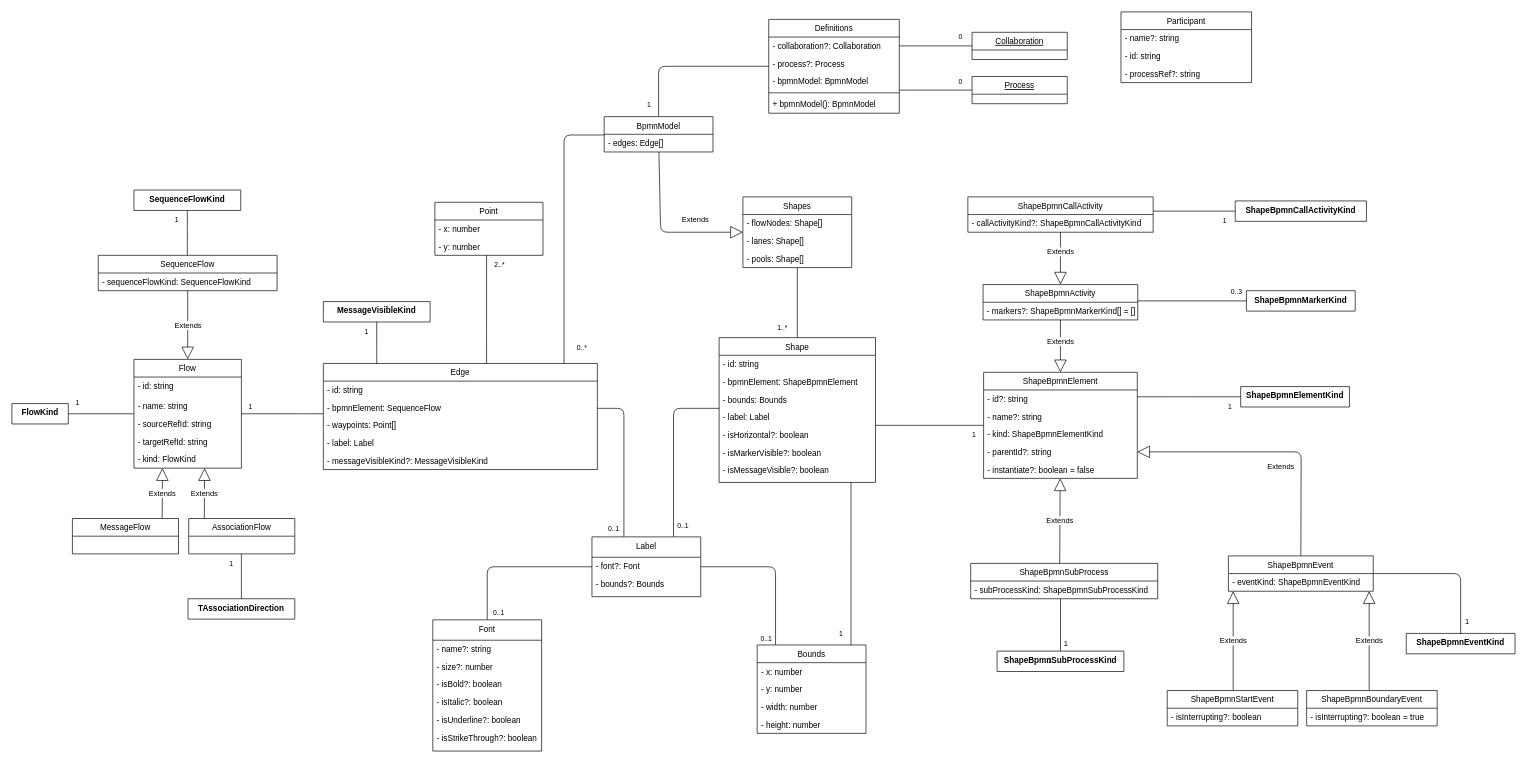
Before: docs/architecture/images/architecture/internal-model.drawio in process-analytics/bpmn-visualization-js, a draw.io diagram. Source tidied: cells renumbered, new cells numbered last; positions are measured from the earlier drawing's top-left corner, leaving out a move shared by most shapes. Both pictures are drawn from the tidied source at 68%, with x=0, y=0 at pixel (12, 12).
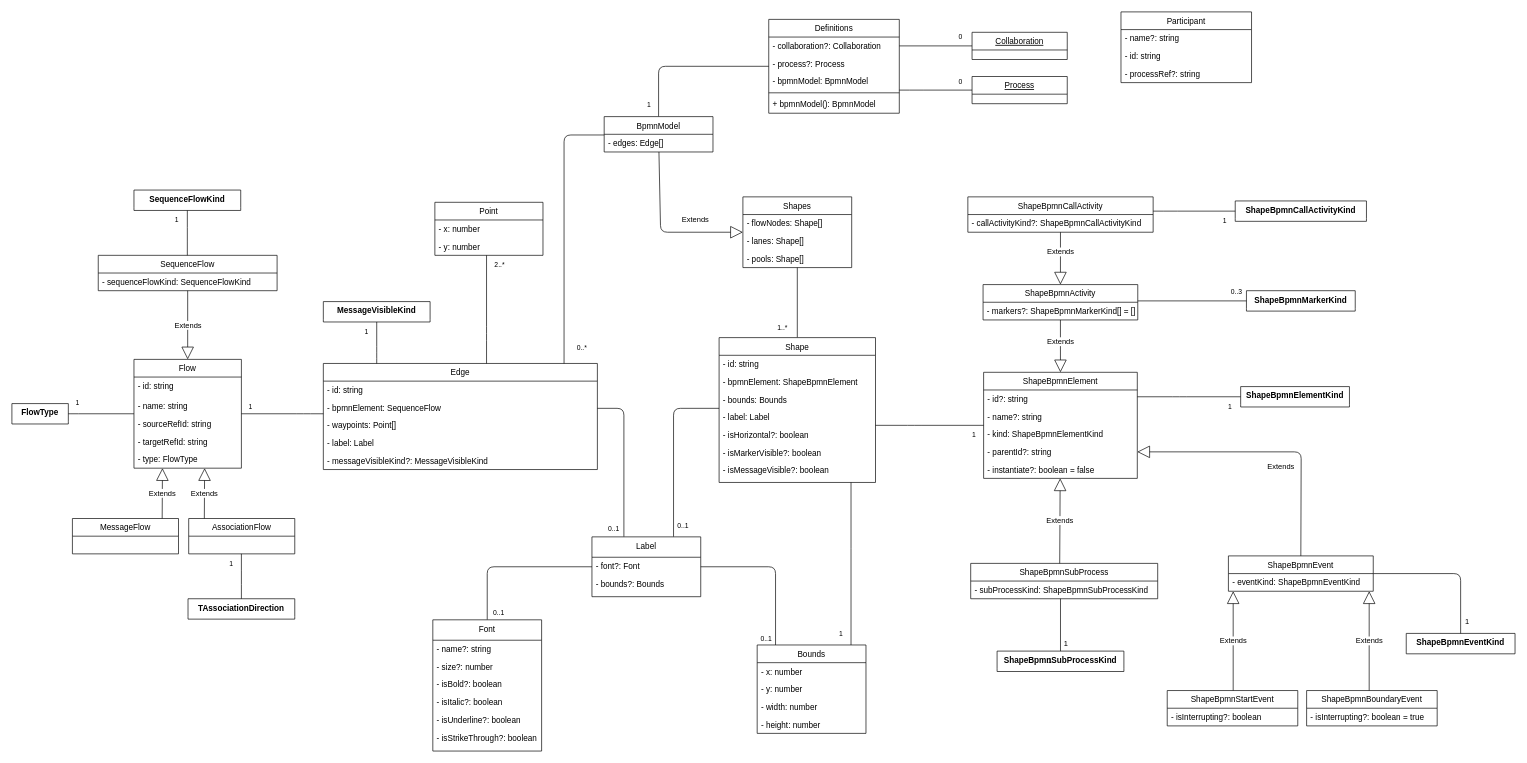
Above is the later version.

Commit message (it also covers changes not shown here):
Rename FlowKind in FlowType

Unchanged cells that the change refers to:
```xml
<mxCell id="98" value="Flow" style="swimlane;fontStyle=0;horizontal=1;startSize=26;fillColor=none;shadow=0;" parent="1" vertex="1">
  <mxGeometry x="179.5" y="511" width="158" height="160" as="geometry" />
</mxCell>
```

Diff of the diagram source:
```diff
@@
-    <mxCell id="103" value="- kind: FlowKind" style="text;strokeColor=none;fillColor=none;align=left;verticalAlign=top;spacingLeft=4;spacingRight=4;overflow=hidden;shadow=0;" parent="98" vertex="1">
+    <mxCell id="103" value="- type: FlowType" style="text;strokeColor=none;fillColor=none;align=left;verticalAlign=top;spacingLeft=4;spacingRight=4;overflow=hidden;shadow=0;" parent="98" vertex="1">
       <mxGeometry y="134" width="158" height="26" as="geometry" />
     </mxCell>
@@
-    <mxCell id="115" value="FlowKind" style="swimlane;fontStyle=1;horizontal=1;startSize=26;fillColor=none;swimlaneLine=0;rounded=0;shadow=0;comic=0;glass=0;" parent="1" vertex="1">
+    <mxCell id="115" value="FlowType" style="swimlane;fontStyle=1;horizontal=1;startSize=26;fillColor=none;swimlaneLine=0;rounded=0;shadow=0;comic=0;glass=0;" parent="1" vertex="1">
       <mxGeometry y="576" width="83" height="30" as="geometry" />
     </mxCell>
```
